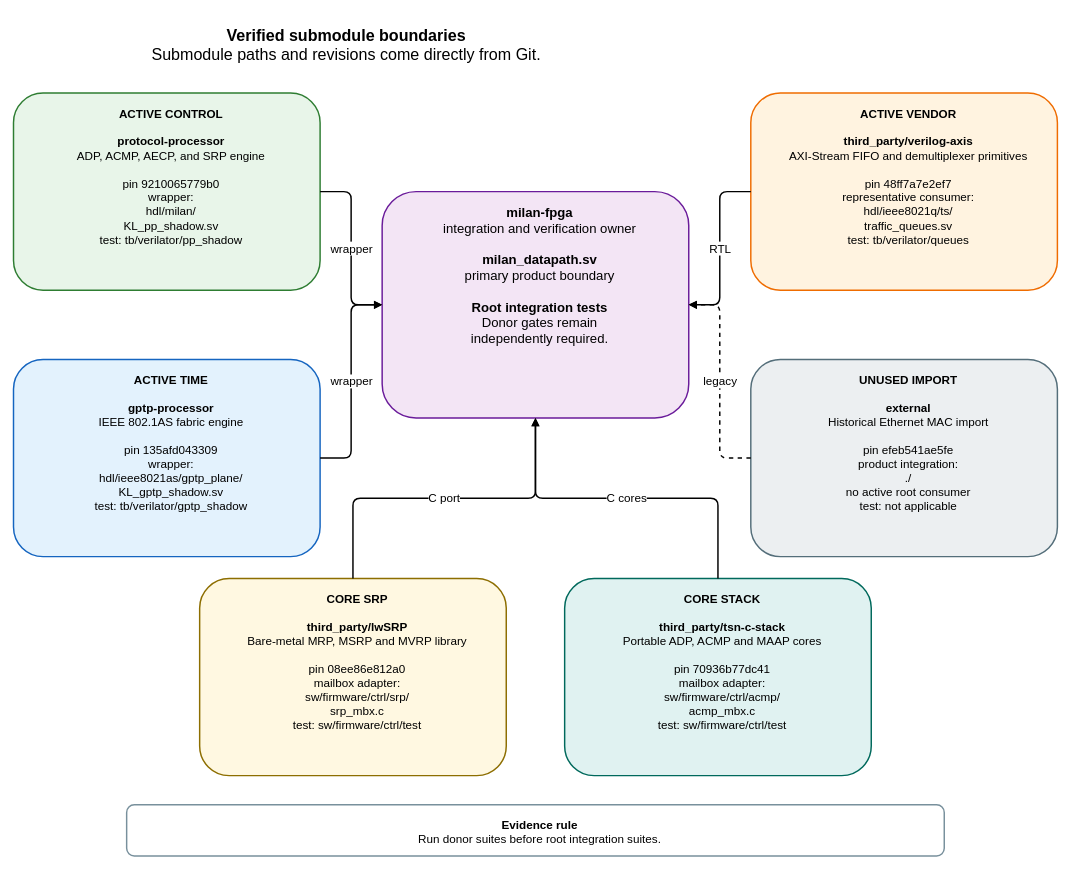
Above: docs/diagrams/submodule_boundaries.drawio in kebag-logic/milan-fpga (draw.io), before the change. Source tidied: cells renumbered, new cells numbered last; positions are measured from the earlier drawing's top-left corner, leaving out a move shared by most shapes. Both pictures are drawn from the tidied source at 73%, with x=0, y=0 at pixel (13, 12).
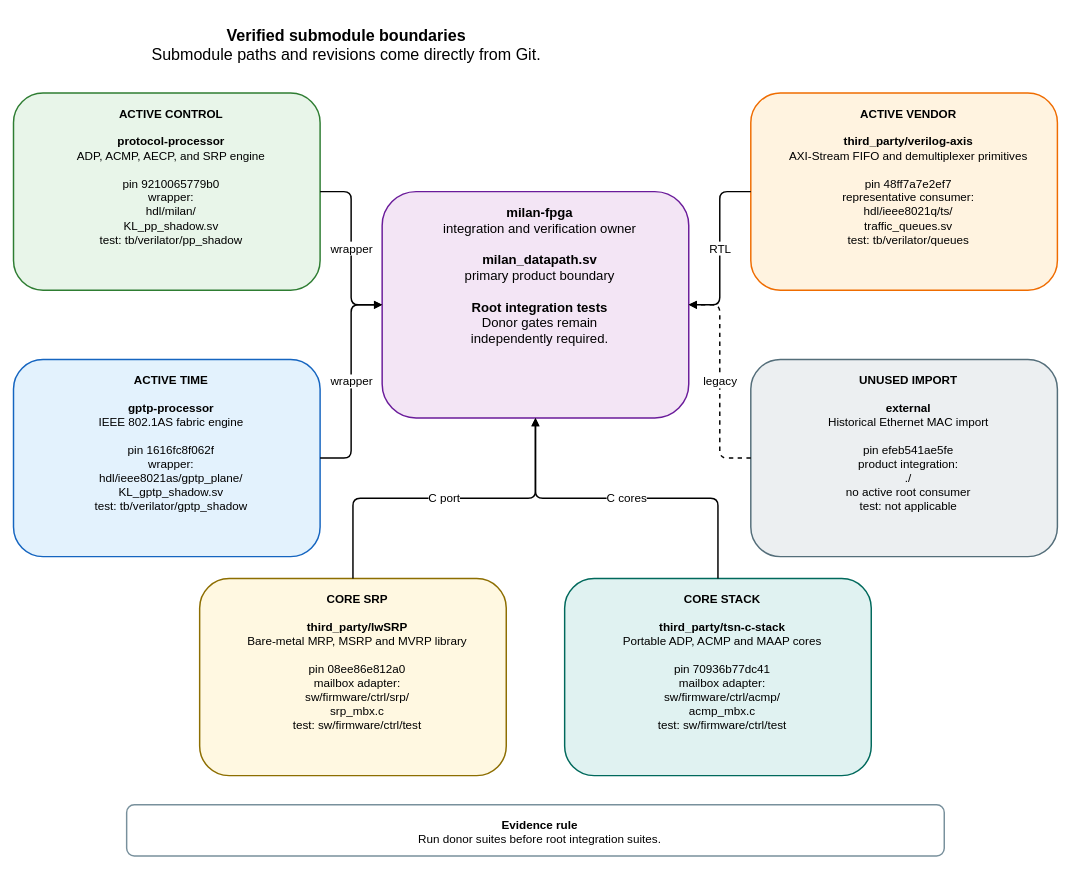
Above is the later version.

Commit message (it also covers changes not shown here):
Regenerate the submodule boundary diagram and its PNG manifest entry through submodule_boundaries.gen.py at gPTP 1616fc8f and processor 92100657 (#843)

The edit, as a diff of the source:
```diff
@@
 <mxGraphModel>
   <root>
     <mxCell id="0" />
     <mxCell id="1" parent="0" />
     <mxCell id="2" value="&lt;b&gt;Verified submodule boundaries&lt;/b&gt;&lt;br&gt;Submodule paths and revisions come directly from Git." style="rounded=1;whiteSpace=wrap;html=1;verticalAlign=top;spacingTop=12;spacingLeft=12;fontSize=22;fontFamily=Helvetica;fillColor=none;strokeColor=none;strokeWidth=2;" parent="1" vertex="1">
       <mxGeometry width="900" height="65" as="geometry" />
     </mxCell>
     <mxCell id="3" value="&lt;b&gt;milan-fpga&lt;/b&gt;&lt;br&gt;integration and verification owner&lt;br&gt;&lt;br&gt;&lt;b&gt;milan_datapath.sv&lt;/b&gt;&lt;br&gt;primary product boundary&lt;br&gt;&lt;br&gt;&lt;b&gt;Root integration tests&lt;/b&gt;&lt;br&gt;Donor gates remain&lt;br&gt;independently required." style="rounded=1;whiteSpace=wrap;html=1;verticalAlign=top;spacingTop=12;spacingLeft=12;fontSize=18;fontFamily=Helvetica;fillColor=#F3E5F5;strokeColor=#6A1B9A;strokeWidth=2;" parent="1" vertex="1">
       <mxGeometry x="505" y="245" width="420" height="310" as="geometry" />
     </mxCell>
     <mxCell id="4" value="&lt;b&gt;ACTIVE CONTROL&lt;/b&gt;&lt;br&gt;&lt;br&gt;&lt;b&gt;protocol-processor&lt;/b&gt;&lt;br&gt;ADP, ACMP, AECP, and SRP engine&lt;br&gt;&lt;br&gt;pin 9210065779b0&lt;br&gt;wrapper:&lt;br&gt;hdl/milan/&lt;br&gt;KL_pp_shadow.sv&lt;br&gt;test: tb/verilator/pp_shadow" style="rounded=1;whiteSpace=wrap;html=1;verticalAlign=top;spacingTop=12;spacingLeft=12;fontSize=16;fontFamily=Helvetica;fillColor=#E8F5E9;strokeColor=#2E7D32;strokeWidth=2;" parent="1" vertex="1">
       <mxGeometry y="110" width="420" height="270" as="geometry" />
     </mxCell>
-    <mxCell id="5" value="&lt;b&gt;ACTIVE TIME&lt;/b&gt;&lt;br&gt;&lt;br&gt;&lt;b&gt;gptp-processor&lt;/b&gt;&lt;br&gt;IEEE 802.1AS fabric engine&lt;br&gt;&lt;br&gt;pin 135afd043309&lt;br&gt;wrapper:&lt;br&gt;hdl/ieee8021as/gptp_plane/&lt;br&gt;KL_gptp_shadow.sv&lt;br&gt;test: tb/verilator/gptp_shadow" style="rounded=1;whiteSpace=wrap;html=1;verticalAlign=top;spacingTop=12;spacingLeft=12;fontSize=16;fontFamily=Helvetica;fillColor=#E3F2FD;strokeColor=#1565C0;strokeWidth=2;" parent="1" vertex="1">
+    <mxCell id="5" value="&lt;b&gt;ACTIVE TIME&lt;/b&gt;&lt;br&gt;&lt;br&gt;&lt;b&gt;gptp-processor&lt;/b&gt;&lt;br&gt;IEEE 802.1AS fabric engine&lt;br&gt;&lt;br&gt;pin 1616fc8f062f&lt;br&gt;wrapper:&lt;br&gt;hdl/ieee8021as/gptp_plane/&lt;br&gt;KL_gptp_shadow.sv&lt;br&gt;test: tb/verilator/gptp_shadow" style="rounded=1;whiteSpace=wrap;html=1;verticalAlign=top;spacingTop=12;spacingLeft=12;fontSize=16;fontFamily=Helvetica;fillColor=#E3F2FD;strokeColor=#1565C0;strokeWidth=2;" parent="1" vertex="1">
       <mxGeometry y="475" width="420" height="270" as="geometry" />
     </mxCell>
     <mxCell id="6" value="&lt;b&gt;ACTIVE VENDOR&lt;/b&gt;&lt;br&gt;&lt;br&gt;&lt;b&gt;third_party/verilog-axis&lt;/b&gt;&lt;br&gt;AXI-Stream FIFO and demultiplexer primitives&lt;br&gt;&lt;br&gt;pin 48ff7a7e2ef7&lt;br&gt;representative consumer:&lt;br&gt;hdl/ieee8021q/ts/&lt;br&gt;traffic_queues.sv&lt;br&gt;test: tb/verilator/queues" style="rounded=1;whiteSpace=wrap;html=1;verticalAlign=top;spacingTop=12;spacingLeft=12;fontSize=16;fontFamily=Helvetica;fillColor=#FFF3E0;strokeColor=#EF6C00;strokeWidth=2;" parent="1" vertex="1">
       <mxGeometry x="1010" y="110" width="420" height="270" as="geometry" />
     </mxCell>
     <mxCell id="7" value="&lt;b&gt;UNUSED IMPORT&lt;/b&gt;&lt;br&gt;&lt;br&gt;&lt;b&gt;external&lt;/b&gt;&lt;br&gt;Historical Ethernet MAC import&lt;br&gt;&lt;br&gt;pin efeb541ae5fe&lt;br&gt;product integration:&lt;br&gt;./&lt;br&gt;no active root consumer&lt;br&gt;test: not applicable" style="rounded=1;whiteSpace=wrap;html=1;verticalAlign=top;spacingTop=12;spacingLeft=12;fontSize=16;fontFamily=Helvetica;fillColor=#ECEFF1;strokeColor=#546E7A;strokeWidth=2;" parent="1" vertex="1">
       <mxGeometry x="1010" y="475" width="420" height="270" as="geometry" />
     </mxCell>
     <mxCell id="8" value="&lt;b&gt;CORE SRP&lt;/b&gt;&lt;br&gt;&lt;br&gt;&lt;b&gt;third_party/lwSRP&lt;/b&gt;&lt;br&gt;Bare-metal MRP, MSRP and MVRP library&lt;br&gt;&lt;br&gt;pin 08ee86e812a0&lt;br&gt;mailbox adapter:&lt;br&gt;sw/firmware/ctrl/srp/&lt;br&gt;srp_mbx.c&lt;br&gt;test: sw/firmware/ctrl/test" style="rounded=1;whiteSpace=wrap;html=1;verticalAlign=top;spacingTop=12;spacingLeft=12;fontSize=16;fontFamily=Helvetica;fillColor=#FFF8E1;strokeColor=#8D6E00;strokeWidth=2;" parent="1" vertex="1">
       <mxGeometry x="255" y="775" width="420" height="270" as="geometry" />
     </mxCell>
     <mxCell id="9" value="&lt;b&gt;CORE STACK&lt;/b&gt;&lt;br&gt;&lt;br&gt;&lt;b&gt;third_party/tsn-c-stack&lt;/b&gt;&lt;br&gt;Portable ADP, ACMP and MAAP cores&lt;br&gt;&lt;br&gt;pin 70936b77dc41&lt;br&gt;mailbox adapter:&lt;br&gt;sw/firmware/ctrl/acmp/&lt;br&gt;acmp_mbx.c&lt;br&gt;test: sw/firmware/ctrl/test" style="rounded=1;whiteSpace=wrap;html=1;verticalAlign=top;spacingTop=12;spacingLeft=12;fontSize=16;fontFamily=Helvetica;fillColor=#E0F2F1;strokeColor=#00695C;strokeWidth=2;" parent="1" vertex="1">
       <mxGeometry x="755" y="775" width="420" height="270" as="geometry" />
     </mxCell>
     <mxCell id="10" value="wrapper" style="edgeStyle=orthogonalEdgeStyle;rounded=1;jettySize=auto;html=1;endArrow=block;endFill=1;strokeWidth=2;fontSize=16;fontFamily=Helvetica;labelBackgroundColor=#FFFFFF;" parent="1" edge="1" source="4" target="3">
       <mxGeometry relative="1" as="geometry" />
     </mxCell>
     <mxCell id="11" value="wrapper" style="edgeStyle=orthogonalEdgeStyle;rounded=1;jettySize=auto;html=1;endArrow=block;endFill=1;strokeWidth=2;fontSize=16;fontFamily=Helvetica;labelBackgroundColor=#FFFFFF;" parent="1" edge="1" source="5" target="3">
       <mxGeometry relative="1" as="geometry" />
     </mxCell>
     <mxCell id="12" value="RTL" style="edgeStyle=orthogonalEdgeStyle;rounded=1;jettySize=auto;html=1;endArrow=block;endFill=1;strokeWidth=2;fontSize=16;fontFamily=Helvetica;labelBackgroundColor=#FFFFFF;" parent="1" edge="1" source="6" target="3">
       <mxGeometry relative="1" as="geometry" />
     </mxCell>
     <mxCell id="13" value="legacy" style="edgeStyle=orthogonalEdgeStyle;rounded=1;jettySize=auto;html=1;endArrow=block;endFill=1;strokeWidth=2;fontSize=16;fontFamily=Helvetica;labelBackgroundColor=#FFFFFF;dashed=1;" parent="1" edge="1" source="7" target="3">
       <mxGeometry relative="1" as="geometry" />
     </mxCell>
     <mxCell id="14" value="C port" style="edgeStyle=orthogonalEdgeStyle;rounded=1;jettySize=auto;html=1;endArrow=block;endFill=1;strokeWidth=2;fontSize=16;fontFamily=Helvetica;labelBackgroundColor=#FFFFFF;" parent="1" edge="1" source="8" target="3">
       <mxGeometry relative="1" as="geometry" />
     </mxCell>
     <mxCell id="15" value="C cores" style="edgeStyle=orthogonalEdgeStyle;rounded=1;jettySize=auto;html=1;endArrow=block;endFill=1;strokeWidth=2;fontSize=16;fontFamily=Helvetica;labelBackgroundColor=#FFFFFF;" parent="1" edge="1" source="9" target="3">
       <mxGeometry relative="1" as="geometry" />
     </mxCell>
     <mxCell id="16" value="&lt;b&gt;Evidence rule&lt;/b&gt;&lt;br&gt;Run donor suites before root integration suites." style="rounded=1;whiteSpace=wrap;html=1;verticalAlign=top;spacingTop=12;spacingLeft=12;fontSize=16;fontFamily=Helvetica;fillColor=#FFFFFF;strokeColor=#78909C;strokeWidth=2;" parent="1" vertex="1">
       <mxGeometry x="155" y="1085" width="1120" height="70" as="geometry" />
     </mxCell>
   </root>
 </mxGraphModel>
```
